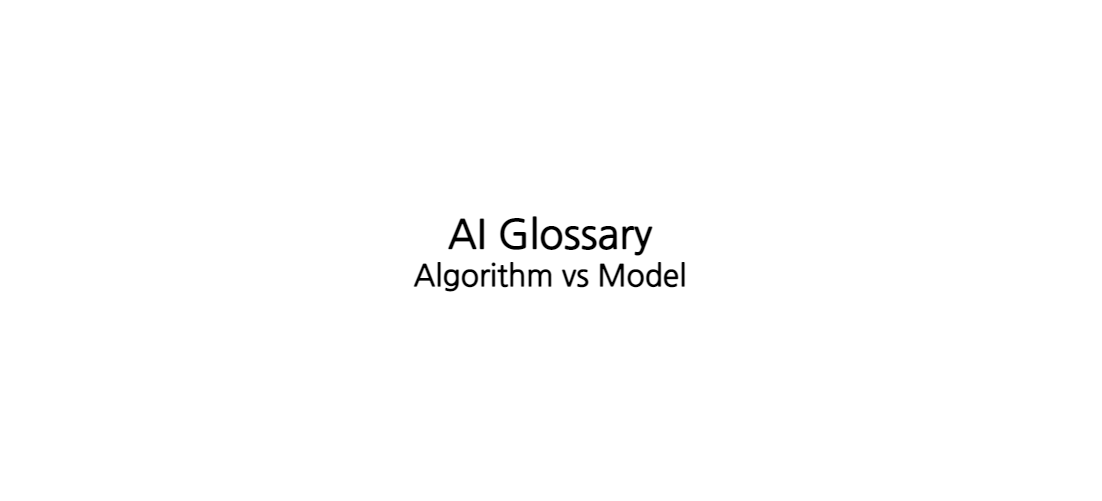
This is assets/img/posts/algorithm_model.png from djccnt15/djccnt15.github.io, a draw.io export, as it was before one commit. Source tidied: cells renumbered, new cells last; positions are measured from the earlier drawing's top-left corner, leaving out a move shared by most shapes.
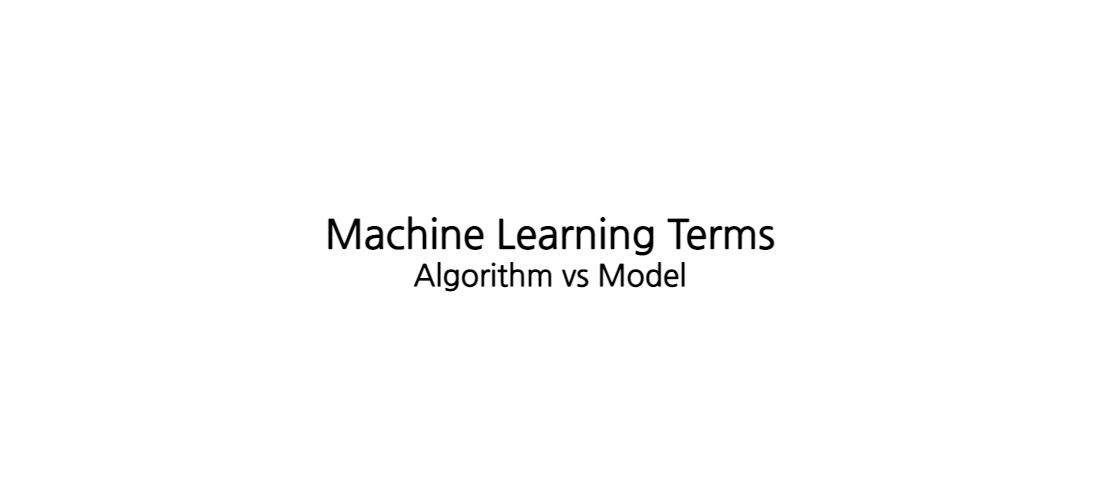
The same file after the commit.

Change to the diagram source:
```diff
@@ -2,7 +2,7 @@
   <root>
     <mxCell id="0" />
     <mxCell id="1" parent="0" />
-    <mxCell id="2" value="&lt;font style=&quot;font-size: 30px;&quot;&gt;&lt;span style=&quot;font-size: 40px;&quot;&gt;AI Glossary&lt;/span&gt;&lt;br&gt;Algorithm vs Model&lt;br&gt;&lt;/font&gt;" style="rounded=1;whiteSpace=wrap;html=1;fillColor=none;fontFamily=Nanum Gothic;fontSource=https%3A%2F%2Ffonts.googleapis.com%2Fcss%3Ffamily%3DNanum%2BGothic;fontStyle=1;strokeColor=none;" parent="1" vertex="1">
+    <mxCell id="2" value="&lt;font style=&quot;&quot;&gt;&lt;span style=&quot;font-size: 40px;&quot;&gt;Machine Learning&amp;nbsp;Terms&lt;/span&gt;&lt;br&gt;&lt;span style=&quot;font-size: 30px;&quot;&gt;Algorithm vs Model&lt;/span&gt;&lt;br&gt;&lt;/font&gt;" style="rounded=1;whiteSpace=wrap;html=1;fillColor=none;fontFamily=Nanum Gothic;fontSource=https%3A%2F%2Ffonts.googleapis.com%2Fcss%3Ffamily%3DNanum%2BGothic;fontStyle=1;strokeColor=none;" parent="1" vertex="1">
       <mxGeometry width="1100" height="500" as="geometry" />
     </mxCell>
   </root>
```
